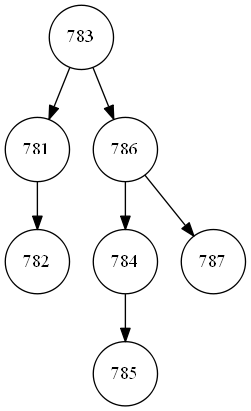
The Graphviz diagram grafoAVL.png in EduardoIxen/EDD_VirtualMall_201800524, before a commit. Its source is kept beside it as grafoAVL.dot. The source it was exported from:
```dot
digraph G{
node [shape=circle];
"0xc0000b01f0"[label="783"];
"0xc0000b01f0" -> "0xc0000a2e88";
"0xc0000b01f0" -> "0xc0000a2e90";
"0xc0000a2e88"[label="781"];
"0xc0000a2e88" -> "0xc0000a2e30";
"0xc0000a2e30"[label="782"];
"0xc0000a2e90"[label="786"];
"0xc0000a2e90" -> "0xc0000a2e08";
"0xc0000a2e90" -> "0xc0000a2e10";
"0xc0000a2e08"[label="784"];
"0xc0000a2e08" -> "0xc0000a2e70";
"0xc0000a2e70"[label="785"];
"0xc0000a2e10"[label="787"];

}
bb0" -> "0xc000234bc8";
"0xc000234bb0" -> "0xc000234bd0";
"0xc000234bc8"[label="61"];
"0xc000234bd0"[label="63"];

}
00094ad0";
"0xc000094ac8"[label="978"];
"0xc000094ac8" -> "0xc000094ae8";
"0xc000094ae8"[label="977"];
"0xc000094ad0"[label="981"];
"0xc000094ad0" -> "0xc000094b48";
"0xc000094ad0" -> "0xc000094b50";
"0xc000094b48"[label="980"];
"0xc000094b50"[label="982"];

}
0xc0000984b0"[label="63"];
"0xc000150170"[label="297"];
"0xc000150170" -> "0xc000150128";
"0xc000150170" -> "0xc000150130";
"0xc000150128"[label="296"];
"0xc000150130"[label="299"];
"0xc000150130" -> "0xc0001500e8";
"0xc000150130" -> "0xc0001500f0";
"0xc0001500e8"[label="298"];
"0xc0001500f0"[label="321"];
"0xc000150070"[label="441"];
"0xc000150070" -> "0xc00020e6e8";
"0xc000150070" -> "0xc00020e6f0";
"0xc00020e6e8"[label="326"];
"0xc00020e6e8" -> "0xc000150048";
"0xc00020e6e8" -> "0xc000150050";
"0xc000150048"[label="324"];
"0xc000150048" -> "0xc000150088";
"0xc000150048" -> "0xc000150090";
"0xc000150088"[label="323"];
"0xc000150090"[label="325"];
"0xc000150050"[label="439"];
"0xc000150050" -> "0xc00020e6c8";
"0xc000150050" -> "0xc00020e6d0";
"0xc00020e6c8"[label="438"];
"0xc00020e6d0"[label="440"];
"0xc00020e6f0"[label="781"];
"0xc00020e6f0" -> "0xc0000040c8";
"0xc00020e6f0" -> "0xc0000040d0";
"0xc0000040c8"[label="443"];
"0xc0000040c8" -> "0xc00020e708";
"0xc00020e708"[label="442"];
"0xc0000040d0"[label="783"];
"0xc0000040d0" -> "0xc000004128";
"0xc000004128"[label="782"];
"0xc000004110"[label="976"];
"0xc000004110" -> "0xc000098c68";
"0xc000004110" -> "0xc000098c70";
"0xc000098c68"[label="851"];
"0xc000098c68" -> "0xc000098e88";
"0xc000098c68" -> "0xc000098e90";
"0xc000098e88"[label="786"];
"0xc000098e88" -> "0xc0000040a8";
"0xc000098e88" -> "0xc0000040b0";
"0xc0000040a8"[label="785"];
"0xc0000040b0"[label="849"];
"0xc0000040b0" -> "0xc000098f08";
"0xc0000040b0" -> "0xc000098f10";
"0xc000098f08"[label="787"];
"0xc000098f10"[label="850"];
"0xc000098e90"[label="853"];
"0xc000098e90" -> "0xc000098ea8";
"0xc000098e90" -> "0xc000098eb0";
"0xc000098ea8"[label="852"];
"0xc000098eb0"[label="854"];
"0xc000098c70"[label="979"];
"0xc000098c70" -> "0xc000098c88";
"0xc000098c70" -> "0xc000098c90";
"0xc000098c88"[label="978"];
"0xc000098c88" -> "0xc000098ca8";
"0xc000098ca8"[label="977"];
"0xc000098c90"[label="981"];
"0xc000098c90" -> "0xc000098d08";
"0xc000098c90" -> "0xc000098d10";
"0xc000098d08"[label="980"];
"0xc000098d10"[label="982"];

}
```
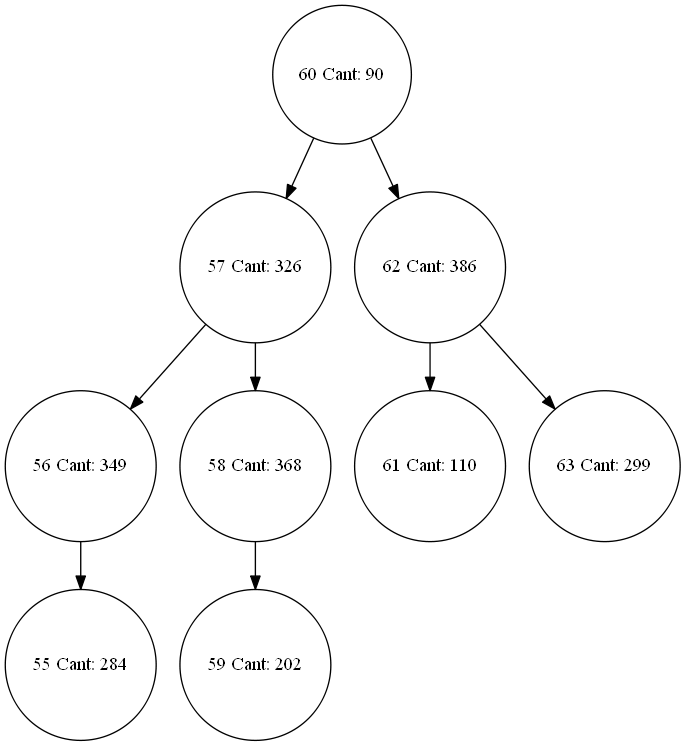
After the change.

Diff of the diagram source:
```diff
@@ -1,30 +1,25 @@
 digraph G{
 node [shape=circle];
-"0xc0000b01f0"[label="783"];
-"0xc0000b01f0" -> "0xc0000a2e88";
-"0xc0000b01f0" -> "0xc0000a2e90";
-"0xc0000a2e88"[label="781"];
-"0xc0000a2e88" -> "0xc0000a2e30";
-"0xc0000a2e30"[label="782"];
-"0xc0000a2e90"[label="786"];
-"0xc0000a2e90" -> "0xc0000a2e08";
-"0xc0000a2e90" -> "0xc0000a2e10";
-"0xc0000a2e08"[label="784"];
-"0xc0000a2e08" -> "0xc0000a2e70";
-"0xc0000a2e70"[label="785"];
-"0xc0000a2e10"[label="787"];
+"0xc0000c4018"[label="60 Cant: 90"];
+"0xc0000c4018" -> "0xc000004508";
+"0xc0000c4018" -> "0xc000004510";
+"0xc000004508"[label="57 Cant: 326"];
+"0xc000004508" -> "0xc0000044e8";
+"0xc000004508" -> "0xc0000044f0";
+"0xc0000044e8"[label="56 Cant: 349"];
+"0xc0000044e8" -> "0xc000004648";
+"0xc000004648"[label="55 Cant: 284"];
+"0xc0000044f0"[label="58 Cant: 368"];
+"0xc0000044f0" -> "0xc0000046b0";
+"0xc0000046b0"[label="59 Cant: 202"];
+"0xc000004510"[label="62 Cant: 386"];
+"0xc000004510" -> "0xc000004528";
+"0xc000004510" -> "0xc000004530";
+"0xc000004528"[label="61 Cant: 110"];
+"0xc000004530"[label="63 Cant: 299"];
 
 }
-bb0" -> "0xc000234bc8";
-"0xc000234bb0" -> "0xc000234bd0";
-"0xc000234bc8"[label="61"];
-"0xc000234bd0"[label="63"];
-
-}
-00094ad0";
-"0xc000094ac8"[label="978"];
-"0xc000094ac8" -> "0xc000094ae8";
-"0xc000094ae8"[label="977"];
+label="977"];
 "0xc000094ad0"[label="981"];
 "0xc000094ad0" -> "0xc000094b48";
 "0xc000094ad0" -> "0xc000094b50";
```
